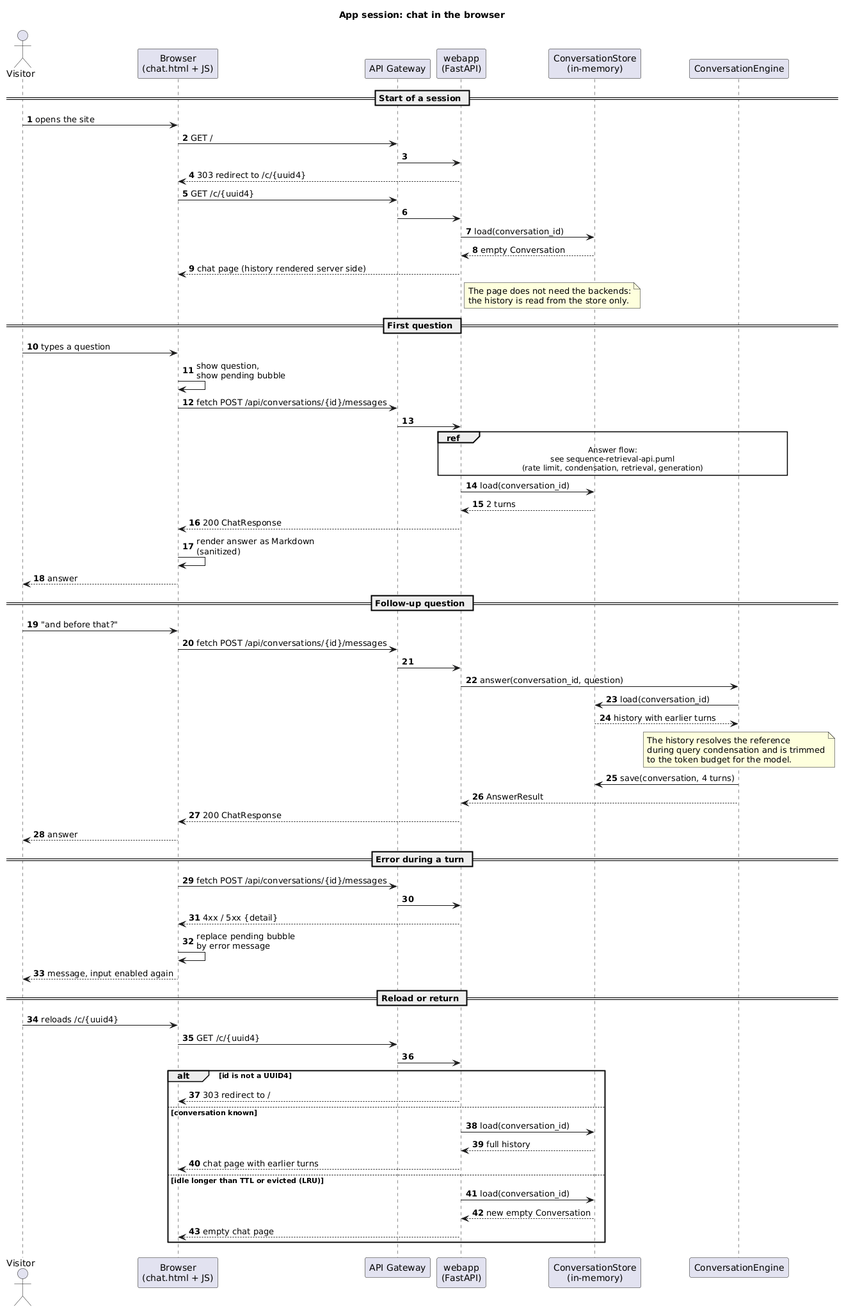
Above: docs/sequence-retrieval-session.png in Fabian-Winter/cvbot-retriever (PlantUML), before the change. Its diagram source:
```plantuml
@startuml
title App session: chat in the browser
autonumber

actor "Visitor" as visitor
participant "Browser\n(chat.html + JS)" as browser
participant "API Gateway" as apigw
participant "webapp\n(FastAPI)" as web
participant "ConversationStore\n(in-memory)" as store
participant "ConversationEngine" as engine

== Start of a session ==
visitor -> browser : opens the site
browser -> apigw : GET /
apigw -> web
web --> browser : 303 redirect to /c/{uuid4}
browser -> apigw : GET /c/{uuid4}
apigw -> web
web -> store : load(conversation_id)
store --> web : empty Conversation
web --> browser : chat page (history rendered server side)
note right of web
  The page does not need the backends:
  the history is read from the store only.
end note

== First question ==
visitor -> browser : types a question
browser -> browser : show question,\nshow pending bubble
browser -> apigw : fetch POST /api/conversations/{id}/messages
apigw -> web
ref over web, engine
  Answer flow:
  see sequence-retrieval-api.puml
  (rate limit, condensation, retrieval, generation)
end ref
web -> store : load(conversation_id)
store --> web : 2 turns
web --> browser : 200 ChatResponse
browser -> browser : render answer as Markdown\n(sanitized)
browser --> visitor : answer

== Follow-up question ==
visitor -> browser : "and before that?"
browser -> apigw : fetch POST /api/conversations/{id}/messages
apigw -> web
web -> engine : answer(conversation_id, question)
engine -> store : load(conversation_id)
store --> engine : history with earlier turns
note over engine
  The history resolves the reference
  during query condensation and is trimmed
  to the token budget for the model.
end note
engine -> store : save(conversation, 4 turns)
engine --> web : AnswerResult
web --> browser : 200 ChatResponse
browser --> visitor : answer

== Error during a turn ==
browser -> apigw : fetch POST /api/conversations/{id}/messages
apigw -> web
web --> browser : 4xx / 5xx {detail}
browser -> browser : replace pending bubble\nby error message
browser --> visitor : message, input enabled again

== Reload or return ==
visitor -> browser : reloads /c/{uuid4}
browser -> apigw : GET /c/{uuid4}
apigw -> web
alt id is not a UUID4
  web --> browser : 303 redirect to /
else conversation known
  web -> store : load(conversation_id)
  store --> web : full history
  web --> browser : chat page with earlier turns
else idle longer than TTL or evicted (LRU)
  web -> store : load(conversation_id)
  store --> web : new empty Conversation
  web --> browser : empty chat page
end
@enduml
```
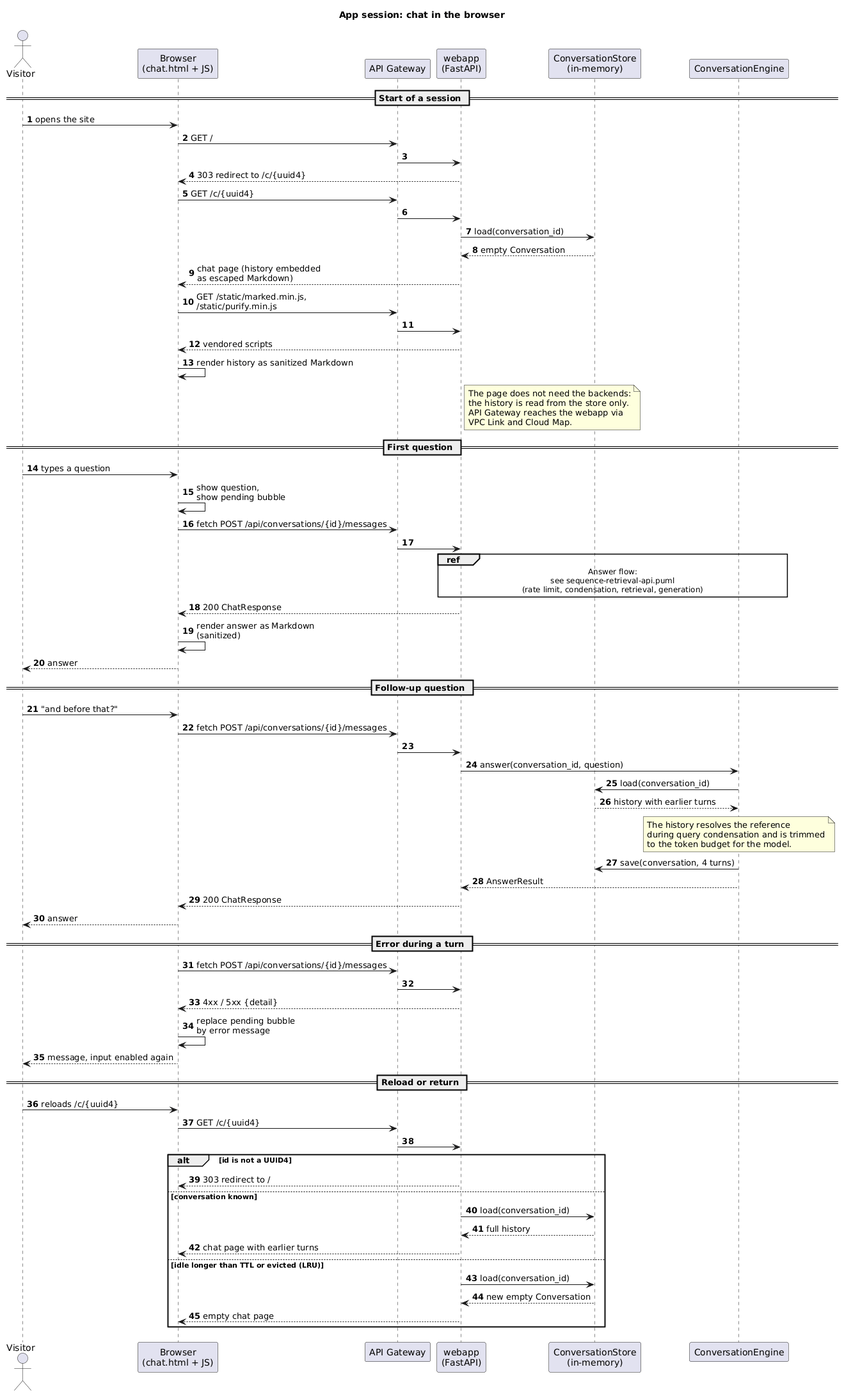
Above is the later version.

The edit, as a diff of the source:
```diff
@@ -18,10 +18,16 @@
 apigw -> web
 web -> store : load(conversation_id)
 store --> web : empty Conversation
-web --> browser : chat page (history rendered server side)
+web --> browser : chat page (history embedded\nas escaped Markdown)
+browser -> apigw : GET /static/marked.min.js,\n/static/purify.min.js
+apigw -> web
+web --> browser : vendored scripts
+browser -> browser : render history as sanitized Markdown
 note right of web
   The page does not need the backends:
   the history is read from the store only.
+  API Gateway reaches the webapp via
+  VPC Link and Cloud Map.
 end note
 
 == First question ==
@@ -34,8 +40,6 @@
   see sequence-retrieval-api.puml
   (rate limit, condensation, retrieval, generation)
 end ref
-web -> store : load(conversation_id)
-store --> web : 2 turns
 web --> browser : 200 ChatResponse
 browser -> browser : render answer as Markdown\n(sanitized)
 browser --> visitor : answer
```
